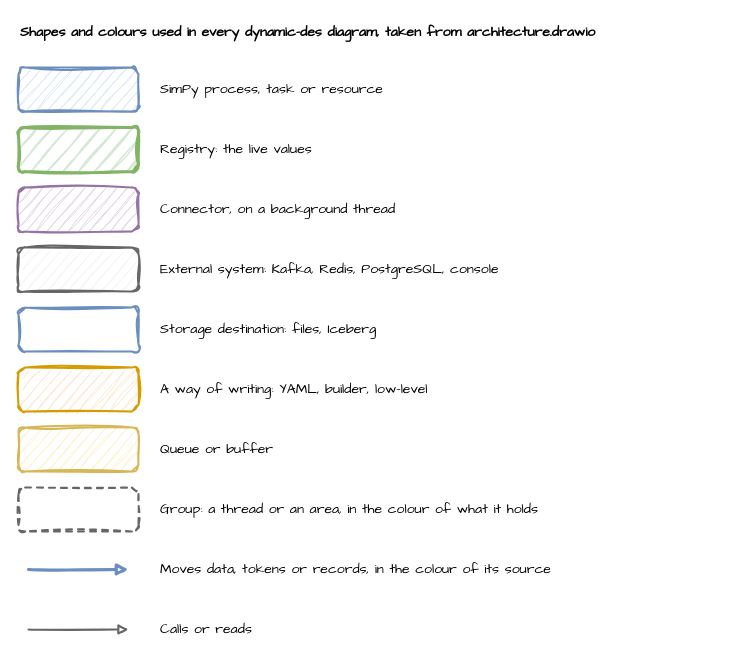
jaehyeon-kim/desflow keeps this draw.io diagram as docs/assets/diagrams/_legend.drawio. Above is the earlier version. Source tidied: cells renumbered, new cells numbered last; positions are measured from the earlier drawing's top-left corner, leaving out a move shared by most shapes. Both pictures are drawn from the tidied source at 100%, with x=0, y=0 at pixel (18, 17).
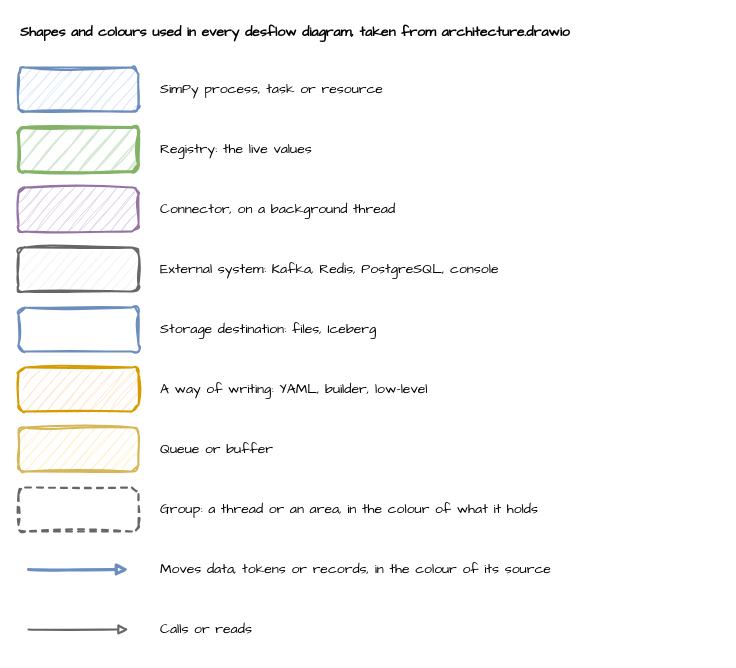
After the change.

Diff of the diagram source:
```diff
@@
-    <mxCell id="2" value="Shapes and colours used in every dynamic-des diagram, taken from architecture.drawio" style="text;html=1;align=left;verticalAlign=middle;whiteSpace=wrap;fontFamily=Comic Sans MS;fontSize=14;fontStyle=1;" parent="1" vertex="1">
+    <mxCell id="2" value="Shapes and colours used in every desflow diagram, taken from architecture.drawio" style="text;html=1;align=left;verticalAlign=middle;whiteSpace=wrap;fontFamily=Comic Sans MS;fontSize=14;fontStyle=1;" parent="1" vertex="1">
       <mxGeometry width="700" height="30" as="geometry" />
     </mxCell>
```
